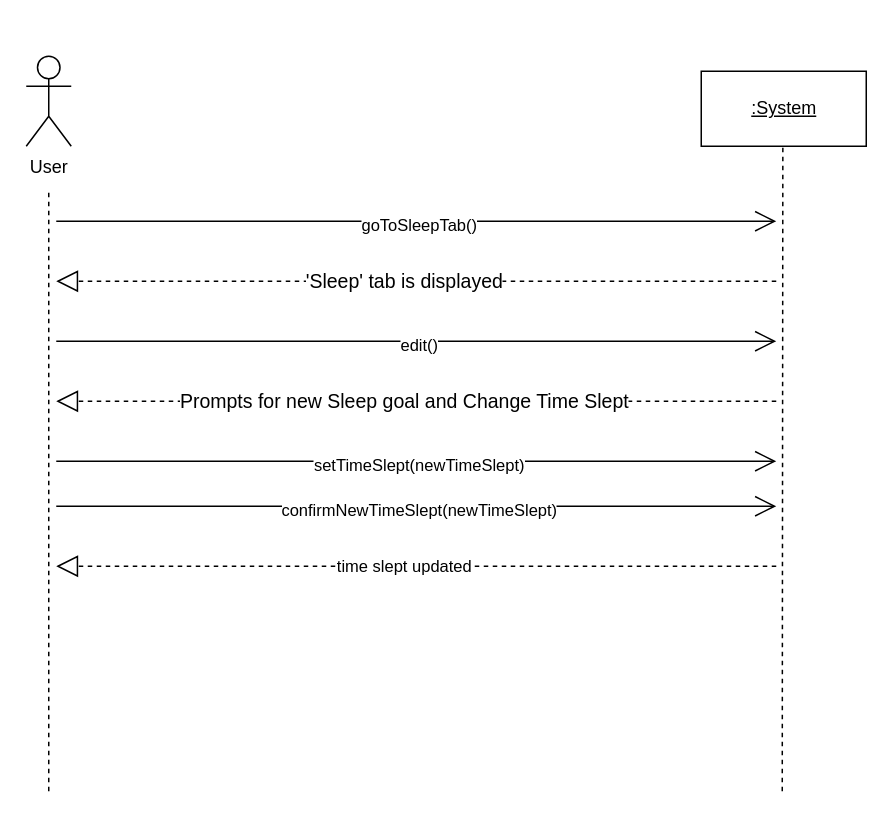
This is SSD - Edit Sleep Time.drawio from Esaied19/Team-Albatross, a draw.io file, before an edit. Source tidied: cells renumbered, new cells numbered last; positions are measured from the earlier drawing's top-left corner, leaving out a move shared by most shapes. Both pictures are drawn from the tidied source at 150%, with x=0, y=0 at pixel (26, 56).
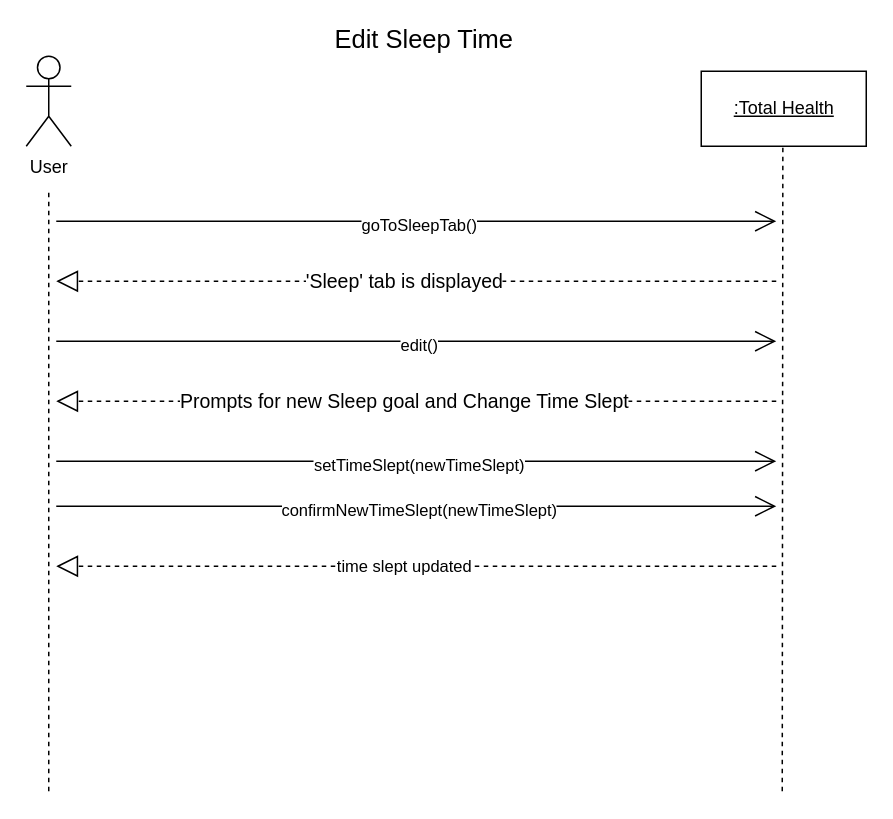
The same diagram, later.

What changed in the source:
```diff
@@
-    <mxCell id="3" value="&lt;u&gt;:System&lt;/u&gt;" style="html=1;" parent="1" vertex="1">
+    <mxCell id="3" value="&lt;u&gt;:Total Health&lt;br&gt;&lt;/u&gt;" style="html=1;" parent="1" vertex="1">
       <mxGeometry x="450" y="10" width="110" height="50" as="geometry" />
     </mxCell>
@@
+    <mxCell id="20" value="&lt;font style=&quot;font-size: 17px&quot;&gt;Edit Sleep Time&lt;br&gt;&lt;/font&gt;" style="text;html=1;align=center;verticalAlign=middle;strokeColor=none;fillColor=none;" parent="1" vertex="1">
+      <mxGeometry x="200" y="-20" width="130" height="20" as="geometry" />
+    </mxCell>
```
